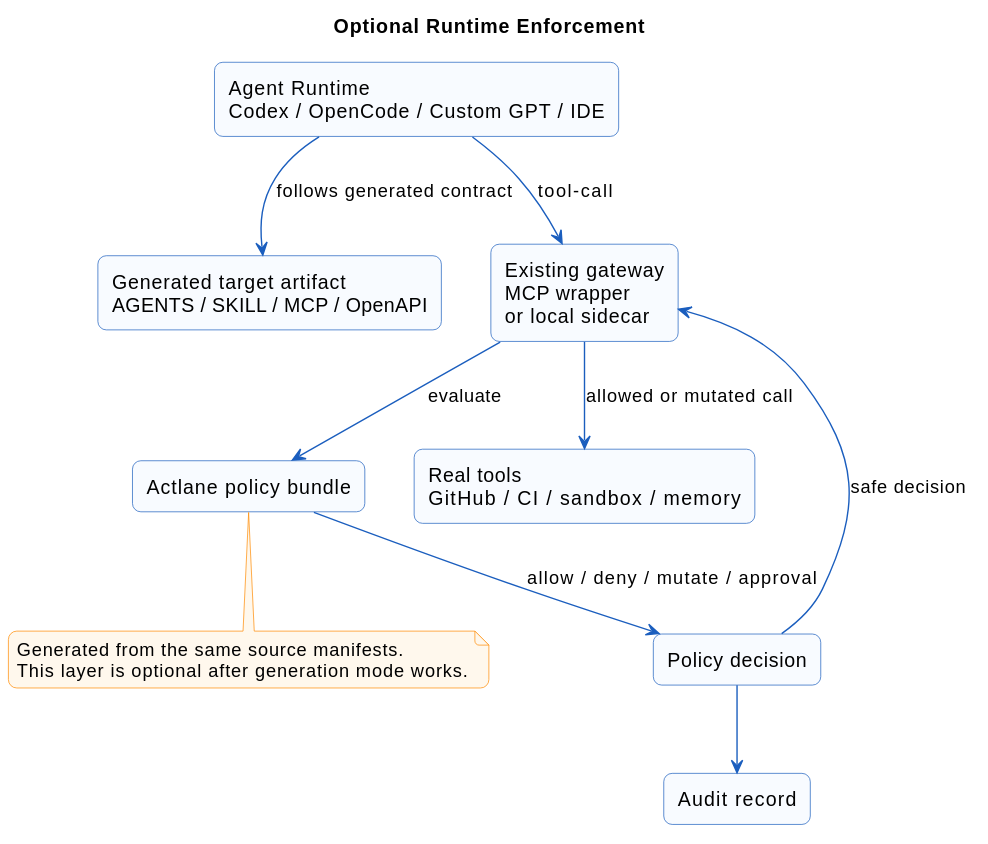
The PlantUML diagram diagrams/svg/optional-runtime-enforcement.svg in bakaut/actlane, before a commit.
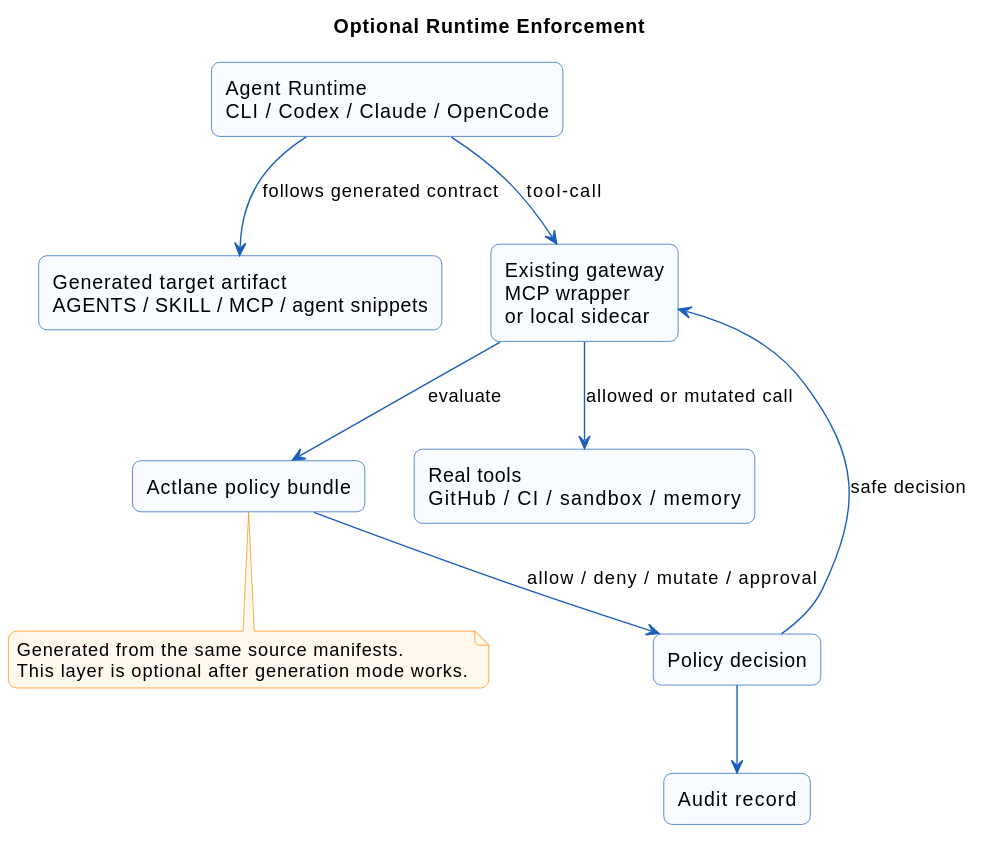
After the commit.

Change to the diagram source:
```diff
@@ -10,8 +10,8 @@
 
 title Optional Runtime Enforcement
 
-rectangle "Agent Runtime\nCodex / OpenCode / Custom GPT / IDE" as agent
-rectangle "Generated target artifact\nAGENTS / SKILL / MCP / OpenAPI" as artifact
+rectangle "Agent Runtime\nCLI / Codex / Claude / OpenCode" as agent
+rectangle "Generated target artifact\nAGENTS / SKILL / MCP / agent snippets" as artifact
 rectangle "Existing gateway\nMCP wrapper\nor local sidecar" as gateway
 rectangle "Actlane policy bundle" as policy
 rectangle "Policy decision" as decision
```
